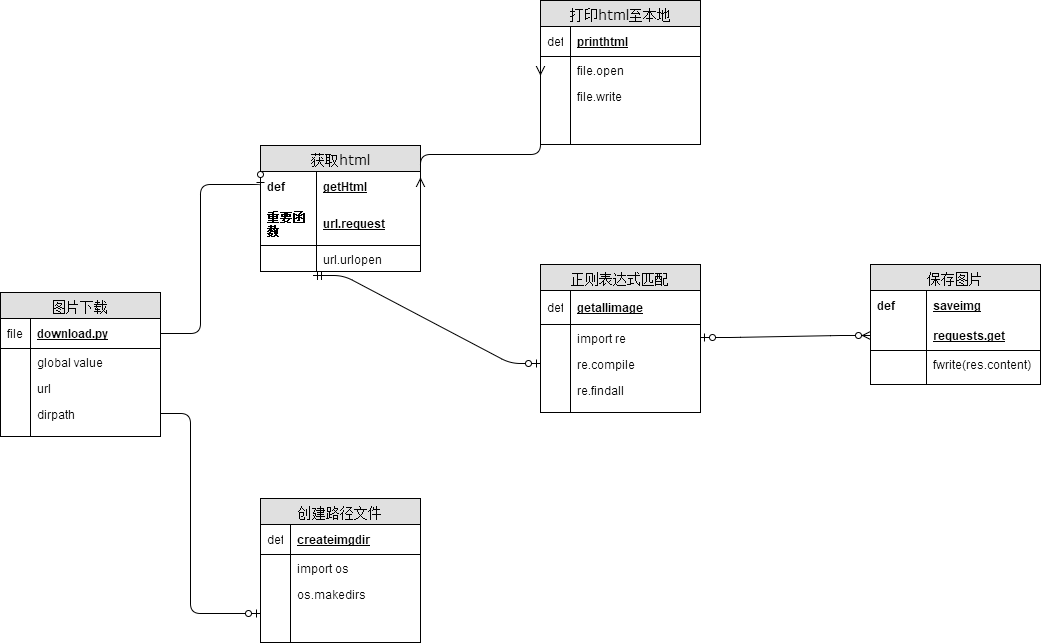
stephenlaw30/stephenlaw keeps this draw.io diagram as 单个图片下载.png. Above is the earlier version. Source tidied: cells renumbered, new cells last; positions are measured from the earlier drawing's top-left corner, leaving out a move shared by most shapes.
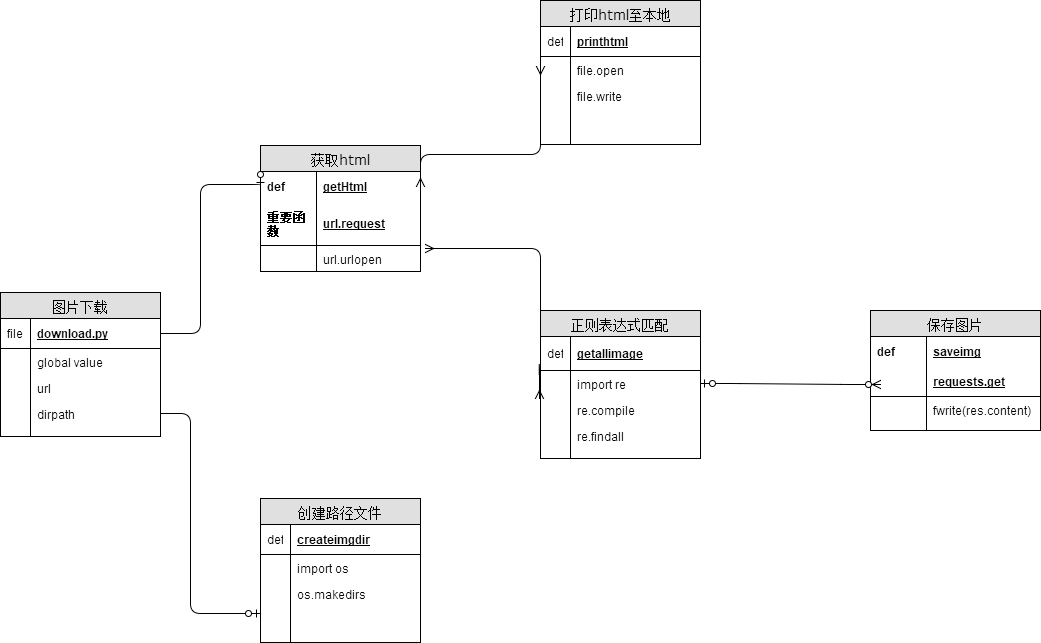
Above is the later version.

Commit message:
Update 单个图片下载.png

The edit, as a diff of the source:
```diff
@@ -90,7 +90,7 @@
       <mxGeometry width="30" height="10" as="geometry" />
     </mxCell>
     <mxCell id="31" value="正则表达式匹配" style="swimlane;html=1;fontStyle=0;horizontal=1;startSize=26;fillColor=#e0e0e0;swimlaneFillColor=#ffffff;align=center;rounded=0;shadow=0;comic=0;labelBackgroundColor=none;strokeColor=#000000;strokeWidth=1;fontFamily=Verdana;fontSize=14;fontColor=#000000;" parent="1" vertex="1">
-      <mxGeometry x="540" y="264" width="160" height="148" as="geometry" />
+      <mxGeometry x="540" y="310" width="160" height="148" as="geometry" />
     </mxCell>
     <mxCell id="32" value="getallimage" style="shape=partialRectangle;top=0;left=0;right=0;bottom=1;html=1;align=left;verticalAlign=middle;fillColor=none;spacingLeft=34;spacingRight=4;whiteSpace=wrap;overflow=hidden;fontStyle=5;" parent="31" vertex="1">
       <mxGeometry y="26" width="160" height="34" as="geometry" />
@@ -129,11 +129,8 @@
         </Array>
       </mxGeometry>
     </mxCell>
-    <mxCell id="43" style="edgeStyle=entityRelationEdgeStyle;html=1;endArrow=ERzeroToOne;startArrow=ERmandOne;labelBackgroundColor=none;fontFamily=Verdana;fontSize=14;exitX=0.331;exitY=1.154;entryX=0;entryY=0.5;exitPerimeter=0;" parent="1" edge="1" source="7" target="36">
-      <mxGeometry relative="1" as="geometry" />
-    </mxCell>
     <mxCell id="44" value="保存图片" style="swimlane;html=1;fontStyle=0;horizontal=1;startSize=26;fillColor=#e0e0e0;swimlaneFillColor=#ffffff;align=center;rounded=0;shadow=0;comic=0;labelBackgroundColor=none;strokeColor=#000000;strokeWidth=1;fontFamily=Verdana;fontSize=14;fontColor=#000000;" parent="1" vertex="1">
-      <mxGeometry x="870" y="264" width="170" height="120" as="geometry" />
+      <mxGeometry x="870" y="310" width="170" height="120" as="geometry" />
     </mxCell>
     <mxCell id="45" value="saveimg" style="shape=partialRectangle;top=0;left=0;right=0;bottom=0;html=1;align=left;verticalAlign=middle;fillColor=none;spacingLeft=60;spacingRight=4;whiteSpace=wrap;overflow=hidden;fontStyle=5;" parent="44" vertex="1">
       <mxGeometry y="26" width="170" height="30" as="geometry" />
@@ -153,8 +150,10 @@
     <mxCell id="50" style="shape=partialRectangle;top=0;left=0;bottom=0;html=1;fillColor=none;align=left;verticalAlign=top;spacingLeft=4;spacingRight=4;whiteSpace=wrap;overflow=hidden;" parent="49" vertex="1">
       <mxGeometry width="56" height="34" as="geometry" />
     </mxCell>
-    <mxCell id="51" style="edgeStyle=entityRelationEdgeStyle;html=1;endArrow=ERzeroToMany;startArrow=ERzeroToOne;labelBackgroundColor=none;fontFamily=Verdana;fontSize=14;entryX=0;entryY=0.5;exitX=1;exitY=0.5;" parent="1" edge="1" source="34" target="47">
-      <mxGeometry relative="1" as="geometry" />
+    <mxCell id="51" style="edgeStyle=entityRelationEdgeStyle;html=1;endArrow=ERzeroToMany;startArrow=ERzeroToOne;labelBackgroundColor=none;fontFamily=Verdana;fontSize=14;exitX=1;exitY=0.5;" parent="1" edge="1" source="34">
+      <mxGeometry relative="1" as="geometry">
+        <mxPoint x="880" y="384" as="targetPoint" />
+      </mxGeometry>
     </mxCell>
     <mxCell id="52" value="图片下载" style="swimlane;html=1;fontStyle=0;horizontal=1;startSize=26;fillColor=#e0e0e0;swimlaneFillColor=#ffffff;align=center;rounded=0;shadow=0;comic=0;labelBackgroundColor=none;strokeColor=#000000;strokeWidth=1;fontFamily=Verdana;fontSize=14;fontColor=#000000;" parent="1" vertex="1">
       <mxGeometry y="292" width="160" height="144" as="geometry" />
@@ -207,5 +206,14 @@
         </Array>
       </mxGeometry>
     </mxCell>
+    <mxCell id="65" style="edgeStyle=orthogonalEdgeStyle;html=1;endArrow=ERmany;startArrow=ERmany;labelBackgroundColor=none;fontFamily=Verdana;fontSize=14;exitX=-0.006;exitY=0.077;exitPerimeter=0;entryX=1.031;entryY=0.115;entryPerimeter=0;" parent="1" edge="1" source="36" target="7">
+      <mxGeometry relative="1" as="geometry">
+        <Array as="points">
+          <mxPoint x="539" y="364" />
+          <mxPoint x="540" y="364" />
+          <mxPoint x="540" y="248" />
+        </Array>
+      </mxGeometry>
+    </mxCell>
   </root>
 </mxGraphModel>
```
